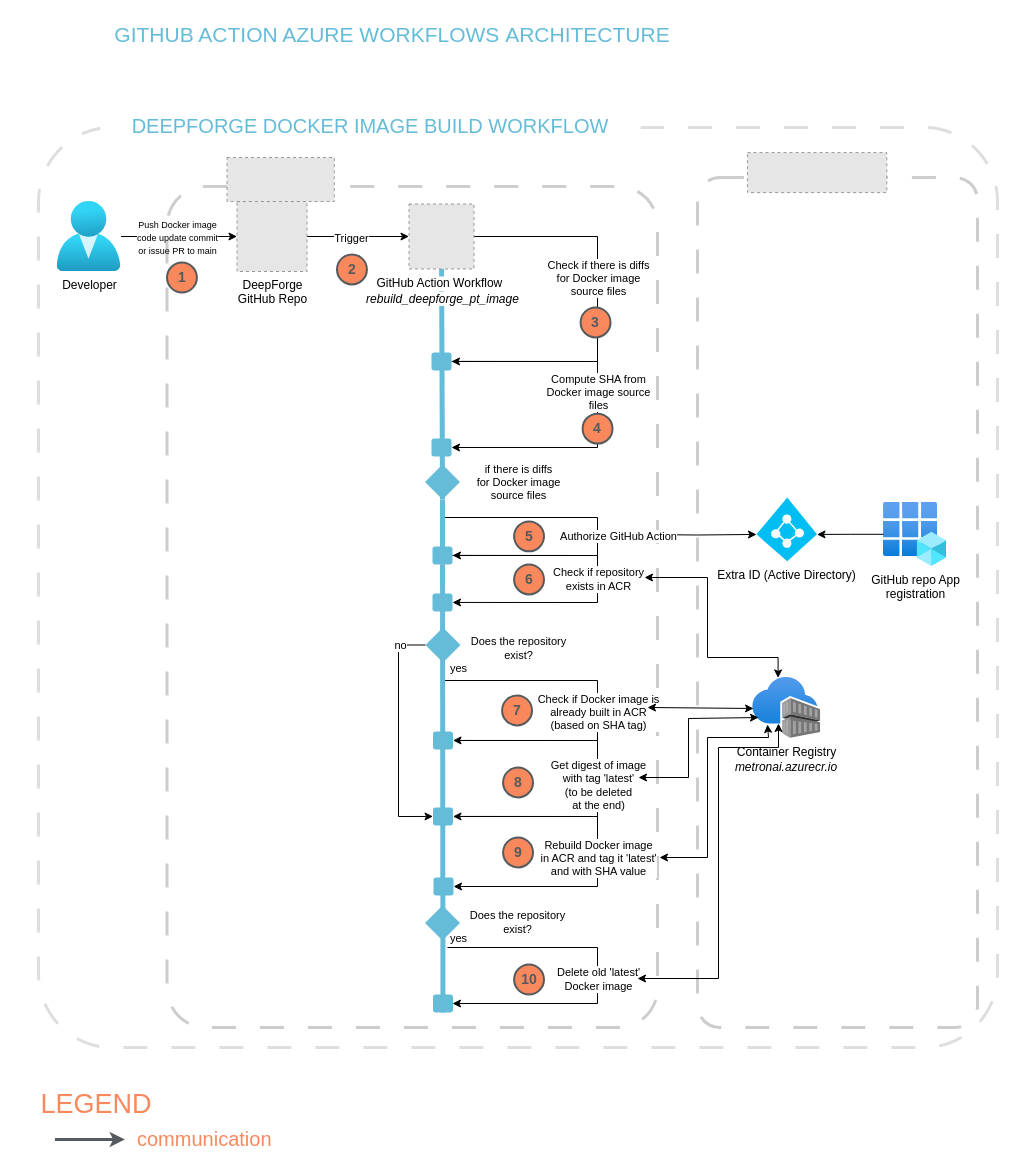
Above: docs_src/diagram_projects/azure_workflows_architecture.drawio in OndrejSzekely/metron_ai_deepforge (draw.io), before the change. Source tidied: cells renumbered, new cells numbered last; positions are measured from the earlier drawing's top-left corner, leaving out a move shared by most shapes. Both pictures are drawn from the tidied source at 100%, with x=0, y=0 at pixel (17, 17). Pictures stored in the file or linked from it are replaced by grey dashed boxes.
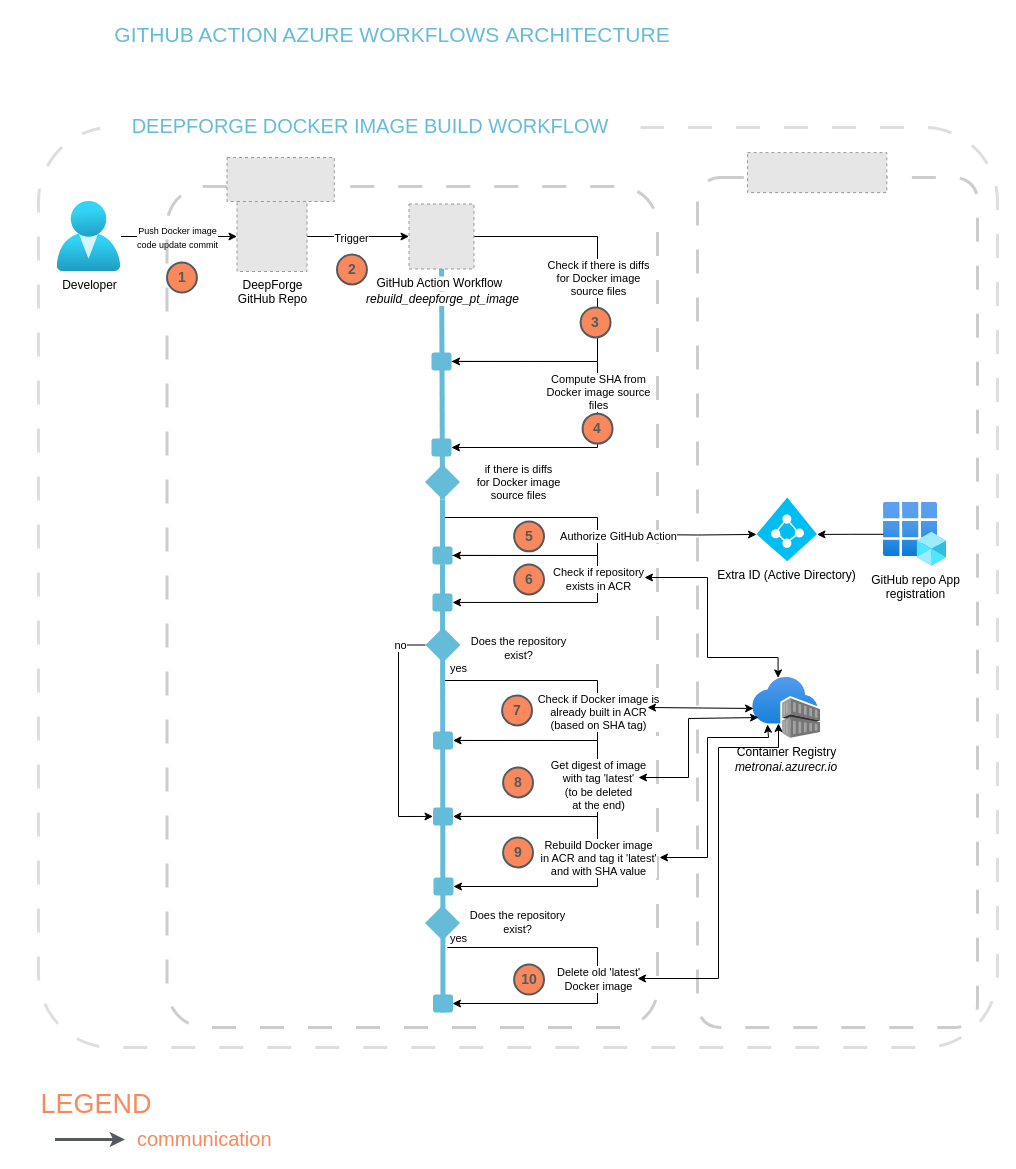
Above is the later version.

Unchanged cells that the change refers to:
```xml
<mxCell id="7" style="edgeStyle=orthogonalEdgeStyle;rounded=0;jettySize=auto;html=1;entryX=0;entryY=0.5;entryDx=0;entryDy=0;" parent="1" edge="1" source="9" target="16">
  <mxGeometry relative="1" as="geometry" />
</mxCell>
```

What changed in the source:
```diff
@@
-    <mxCell id="8" value="&lt;font style=&quot;font-size: 9px;&quot;&gt;Push Docker image &lt;br&gt;code update commit&lt;br&gt;or issue PR to main&lt;br&gt;&lt;/font&gt;" style="edgeLabel;html=1;align=center;verticalAlign=middle;" parent="7" vertex="1">
+    <mxCell id="8" value="&lt;font style=&quot;font-size: 9px;&quot;&gt;Push Docker image &lt;br&gt;code update commit&lt;br&gt;&lt;/font&gt;" style="edgeLabel;html=1;align=center;verticalAlign=middle;" parent="7" vertex="1">
       <mxGeometry x="-0.04" relative="1" as="geometry" />
     </mxCell>
```
